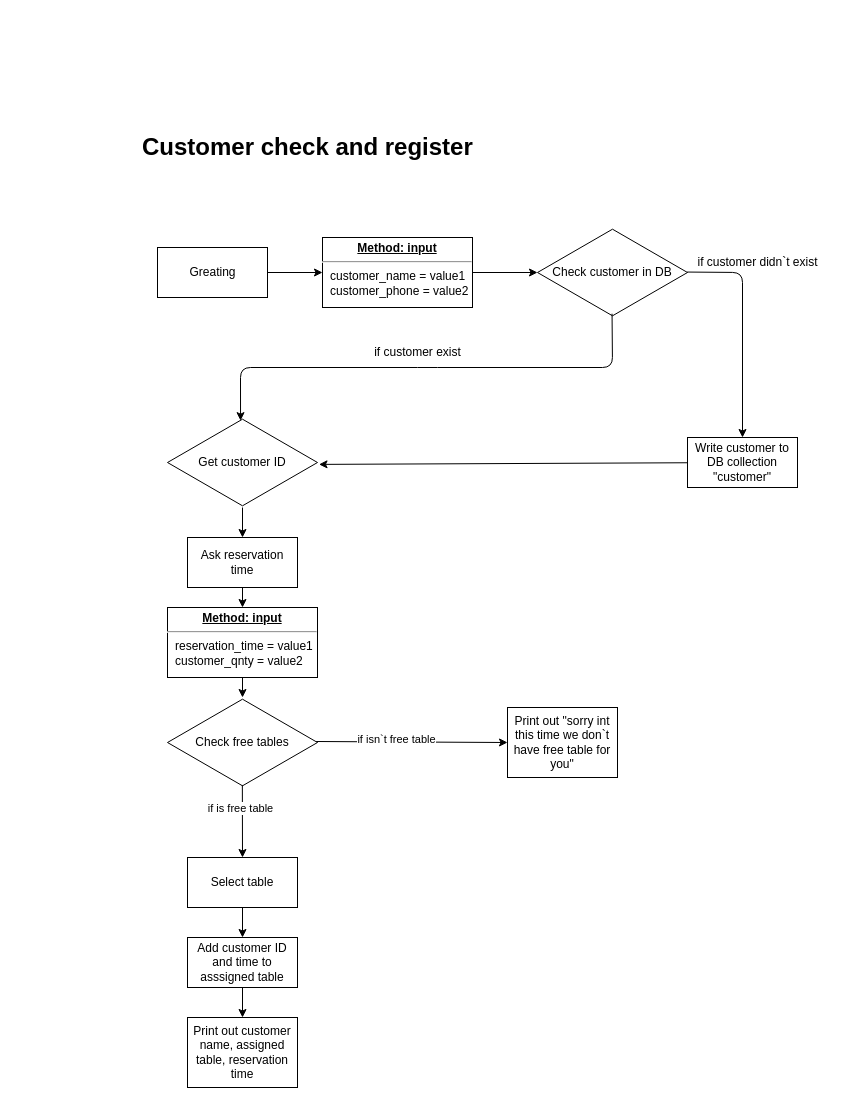
Above: page "customer" (2 of 2) of draw_dio/mongodb.dio in giedriuzz/cafeteria (draw.io), before the change. Source tidied: cells renumbered, new cells numbered last; positions are measured from the earlier drawing's top-left corner, leaving out a move shared by most shapes. Both pictures are drawn from the tidied source at 100%, with x=0, y=0 at pixel (137, 127).
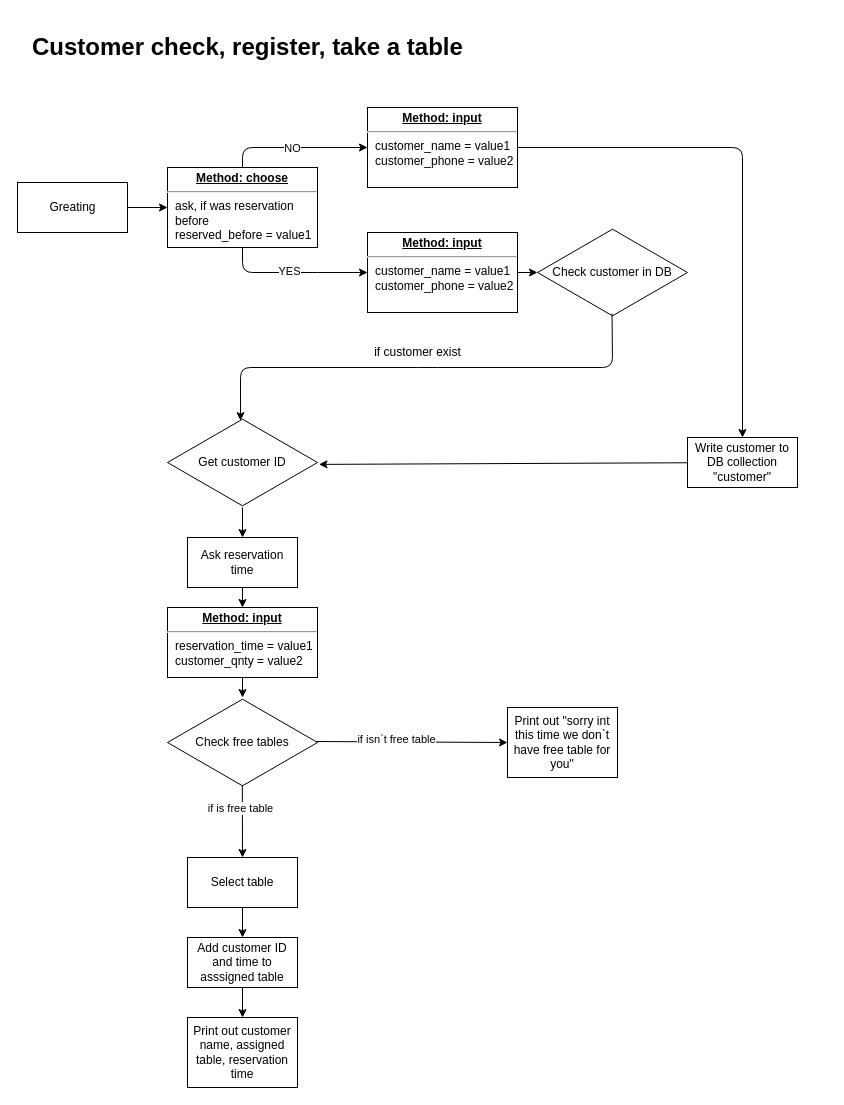
After the change.

Commit message (it also covers changes not shown here):
make add new customer to db and check existed

The change refers to these unchanged cells:
```xml
<mxCell id="8" value="Check customer in DB" style="html=1;whiteSpace=wrap;shape=isoRectangle;" parent="1" vertex="1">
  <mxGeometry x="400" y="100" width="150" height="90" as="geometry" />
</mxCell>
<mxCell id="24" value="Write customer to DB collection &quot;customer&quot;" style="html=1;whiteSpace=wrap;" parent="1" vertex="1">
  <mxGeometry x="550" y="310" width="110" height="50" as="geometry" />
</mxCell>
```

What changed in the source:
```diff
@@
-    <mxCell id="2" value="&lt;h1&gt;Customer check and register&lt;/h1&gt;&lt;p&gt;&lt;br&gt;&lt;/p&gt;" style="text;html=1;strokeColor=none;fillColor=none;spacing=5;spacingTop=-20;whiteSpace=wrap;overflow=hidden;rounded=0;" parent="1" vertex="1">
-      <mxGeometry width="340" height="40" as="geometry" />
+    <mxCell id="2" value="&lt;h1&gt;Customer check, register, take a table&lt;/h1&gt;&lt;p&gt;&lt;br&gt;&lt;/p&gt;" style="text;html=1;strokeColor=none;fillColor=none;spacing=5;spacingTop=-20;whiteSpace=wrap;overflow=hidden;rounded=0;" parent="1" vertex="1">
+      <mxGeometry x="-110" y="-100" width="460" height="40" as="geometry" />
     </mxCell>
-    <mxCell id="3" style="edgeStyle=none;html=1;" parent="1" edge="1" source="4" target="6">
-      <mxGeometry relative="1" as="geometry" />
-    </mxCell>
     <mxCell id="4" value="Greating" style="html=1;" parent="1" vertex="1">
-      <mxGeometry x="20" y="120" width="110" height="50" as="geometry" />
+      <mxGeometry x="-120" y="55" width="110" height="50" as="geometry" />
     </mxCell>
-    <mxCell id="5" style="edgeStyle=none;html=1;" parent="1" edge="1" source="6" target="8">
-      <mxGeometry relative="1" as="geometry" />
-    </mxCell>
+    <mxCell id="31" style="edgeStyle=none;html=1;exitX=1;exitY=0.5;exitDx=0;exitDy=0;entryX=0.5;entryY=0;entryDx=0;entryDy=0;" parent="1" edge="1" source="6" target="24">
+      <mxGeometry relative="1" as="geometry">
+        <Array as="points">
+          <mxPoint x="605" y="20" />
+        </Array>
+      </mxGeometry>
+    </mxCell>
     <mxCell id="6" value="&lt;p style=&quot;margin:0px;margin-top:4px;text-align:center;text-decoration:underline;&quot;&gt;&lt;b&gt;Method: input&lt;/b&gt;&lt;/p&gt;&lt;hr&gt;&lt;p style=&quot;margin:0px;margin-left:8px;&quot;&gt;customer_name = value1&lt;br&gt;customer_phone = value2&lt;br&gt;&lt;/p&gt;" style="verticalAlign=top;align=left;overflow=fill;fontSize=12;fontFamily=Helvetica;html=1;" parent="1" vertex="1">
-      <mxGeometry x="185" y="110" width="150" height="70" as="geometry" />
+      <mxGeometry x="230" y="-20" width="150" height="80" as="geometry" />
     </mxCell>
@@
-    <mxCell id="11" style="endArrow=classic;html=1;exitX=0.997;exitY=0.495;exitDx=0;exitDy=0;exitPerimeter=0;entryX=0.5;entryY=0;entryDx=0;entryDy=0;" parent="1" edge="1" source="8" target="24">
-      <mxGeometry relative="1" as="geometry">
-        <Array as="points">
-          <mxPoint x="605" y="145" />
-        </Array>
-      </mxGeometry>
-    </mxCell>
-    <mxCell id="12" value="if customer didn`t exist" style="text;html=1;align=center;verticalAlign=middle;strokeColor=none;fillColor=none;" parent="1" vertex="1">
-      <mxGeometry x="550" y="120" width="140" height="30" as="geometry" />
-    </mxCell>
@@
+    <mxCell id="32" style="edgeStyle=none;html=1;exitX=0.5;exitY=0;exitDx=0;exitDy=0;entryX=0;entryY=0.5;entryDx=0;entryDy=0;" parent="1" edge="1" source="36" target="6">
+      <mxGeometry relative="1" as="geometry">
+        <Array as="points">
+          <mxPoint x="105" y="20" />
+        </Array>
+      </mxGeometry>
+    </mxCell>
+    <mxCell id="33" value="NO" style="edgeLabel;html=1;align=center;verticalAlign=middle;" parent="32" vertex="1">
+      <mxGeometry x="-0.05" relative="1" as="geometry" />
+    </mxCell>
+    <mxCell id="34" style="edgeStyle=none;html=1;exitX=0.5;exitY=1;exitDx=0;exitDy=0;entryX=0;entryY=0.5;entryDx=0;entryDy=0;" parent="1" edge="1" source="36" target="38">
+      <mxGeometry relative="1" as="geometry">
+        <Array as="points">
+          <mxPoint x="105" y="145" />
+          <mxPoint x="170" y="145" />
+        </Array>
+      </mxGeometry>
+    </mxCell>
+    <mxCell id="35" value="YES" style="edgeLabel;html=1;align=center;verticalAlign=middle;" parent="34" vertex="1">
+      <mxGeometry x="-0.05" y="2" relative="1" as="geometry" />
+    </mxCell>
+    <mxCell id="36" value="&lt;p style=&quot;margin:0px;margin-top:4px;text-align:center;text-decoration:underline;&quot;&gt;&lt;b&gt;Method: choose&lt;/b&gt;&lt;/p&gt;&lt;hr&gt;&lt;p style=&quot;margin:0px;margin-left:8px;&quot;&gt;ask, if was reservation before&lt;/p&gt;&lt;p style=&quot;margin:0px;margin-left:8px;&quot;&gt;reserved_before = value1&lt;br&gt;&lt;br&gt;&lt;/p&gt;" style="verticalAlign=top;align=left;overflow=fill;fontSize=12;fontFamily=Helvetica;html=1;whiteSpace=wrap;" parent="1" vertex="1">
+      <mxGeometry x="30" y="40" width="150" height="80" as="geometry" />
+    </mxCell>
+    <mxCell id="37" style="edgeStyle=none;html=1;" parent="1" edge="1" source="38" target="8">
+      <mxGeometry relative="1" as="geometry" />
+    </mxCell>
+    <mxCell id="38" value="&lt;p style=&quot;margin:0px;margin-top:4px;text-align:center;text-decoration:underline;&quot;&gt;&lt;b&gt;Method: input&lt;/b&gt;&lt;/p&gt;&lt;hr&gt;&lt;p style=&quot;margin:0px;margin-left:8px;&quot;&gt;customer_name = value1&lt;br&gt;customer_phone = value2&lt;br&gt;&lt;/p&gt;" style="verticalAlign=top;align=left;overflow=fill;fontSize=12;fontFamily=Helvetica;html=1;" parent="1" vertex="1">
+      <mxGeometry x="230" y="105" width="150" height="80" as="geometry" />
+    </mxCell>
+    <mxCell id="39" style="endArrow=classic;html=1;exitX=1;exitY=0.5;exitDx=0;exitDy=0;entryX=0;entryY=0.5;entryDx=0;entryDy=0;" parent="1" edge="1" source="4" target="36">
+      <mxGeometry relative="1" as="geometry" />
+    </mxCell>
```
